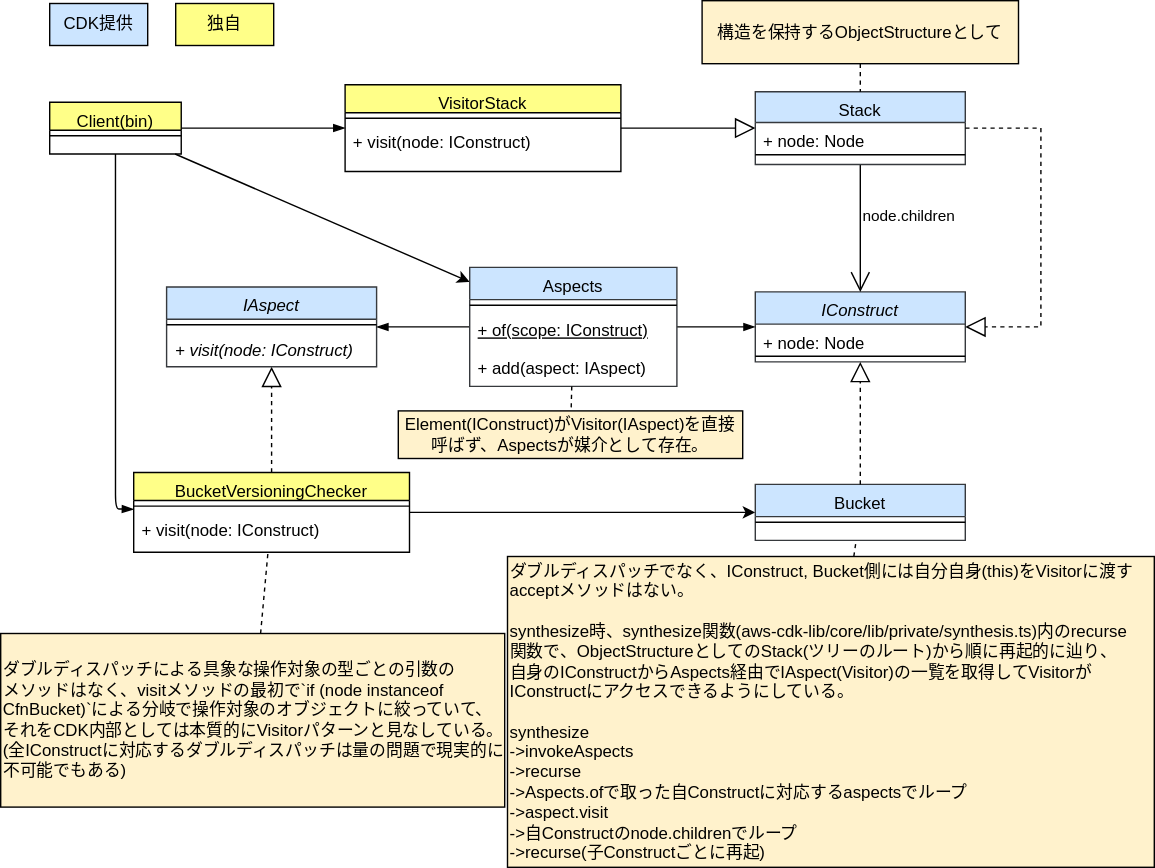
The draw.io diagram ja/drawio/visitor/visitor-cdk-simplified.drawio.svg in go-to-k/cdk-gof-design-pattern, before a commit. Source tidied: cells renumbered, new cells last; positions are measured from the earlier drawing's top-left corner, leaving out a move shared by most shapes.
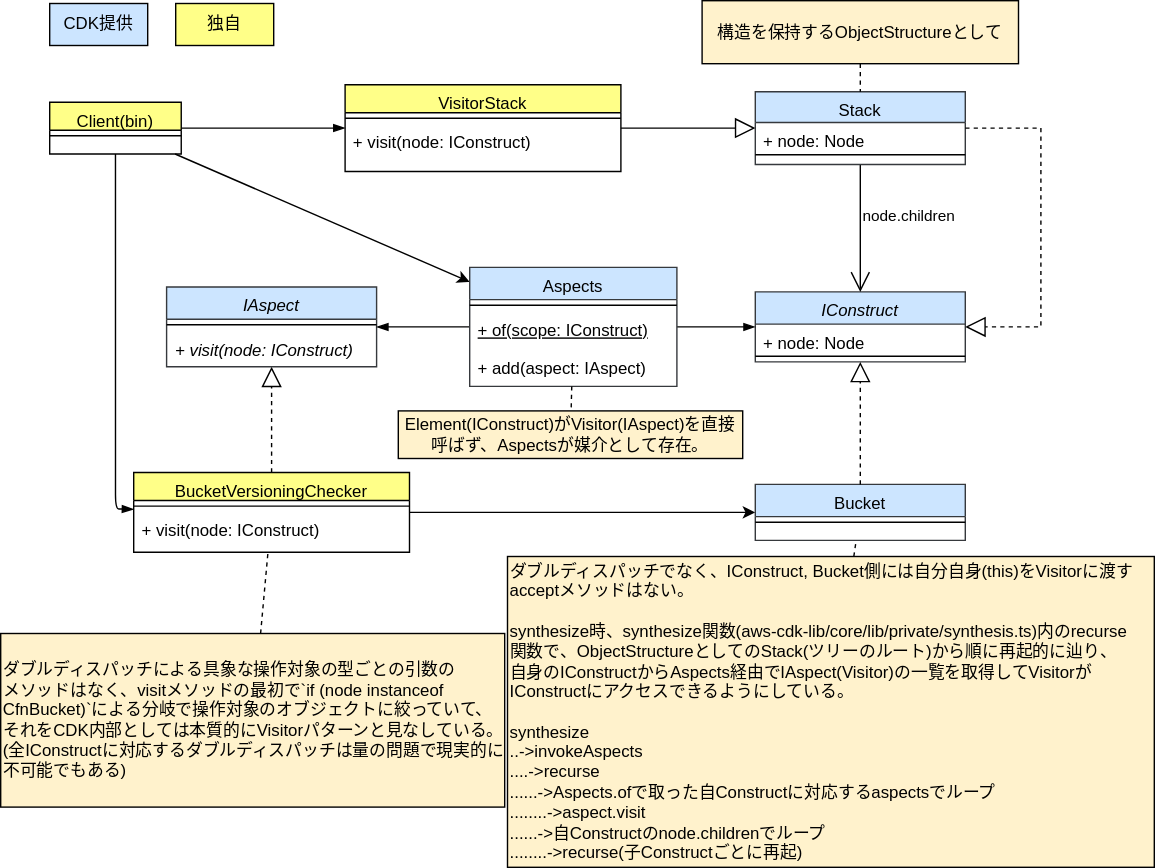
After the change.

Commit message:
update: diagrams comments for visitor pattern

What changed in the source:
```diff
@@ -59,7 +59,7 @@
     <mxCell id="20" style="edgeStyle=none;html=1;dashed=1;strokeColor=#000000;endArrow=none;endFill=0;" parent="1" edge="1" source="21" target="12">
       <mxGeometry relative="1" as="geometry" />
     </mxCell>
-    <mxCell id="21" value="&lt;div&gt;ダブルディスパッチでなく、IConstruct, Bucket側には自分自身(this)をVisitorに渡すacceptメソッドはない。&lt;/div&gt;&lt;div&gt;&lt;/div&gt;&lt;span style=&quot;text-align: center;&quot;&gt;&lt;br&gt;synthesize時、synthesize関数(aws-cdk-lib/core/lib/private/synthesis.ts)内のrecurse&lt;br&gt;関数で、ObjectStructureとしてのStack(ツリーのルート)から順に再起的に辿り、&lt;br&gt;自身のIConstructからAspects経由でIAspect(Visitor)の一覧を取得してVisitorがIConstructにアクセスできるようにしている。&lt;br&gt;&lt;br&gt;&lt;/span&gt;&lt;div&gt;synthesize&lt;/div&gt;&lt;div&gt;&amp;nbsp; -&amp;gt;invokeAspects&lt;/div&gt;&lt;div&gt;&amp;nbsp; &amp;nbsp; -&amp;gt;recurse&lt;/div&gt;&lt;div&gt;&amp;nbsp; &amp;nbsp; &amp;nbsp; -&amp;gt;Aspects.ofで取った自Constructに対応するaspectsでループ&lt;/div&gt;&lt;div&gt;&amp;nbsp; &amp;nbsp; &amp;nbsp; &amp;nbsp; -&amp;gt;aspect.visit&lt;/div&gt;&lt;div&gt;&amp;nbsp; &amp;nbsp; &amp;nbsp; -&amp;gt;自Constructのnode.childrenでループ&lt;/div&gt;&lt;div&gt;&amp;nbsp; &amp;nbsp; &amp;nbsp; &amp;nbsp; -&amp;gt;recurse(子Constructごとに再起)&lt;/div&gt;" style="text;html=1;strokeColor=#000000;fillColor=#fff2cc;align=left;verticalAlign=middle;whiteSpace=wrap;rounded=0;fontColor=#000000;" parent="1" vertex="1">
+    <mxCell id="21" value="&lt;div&gt;ダブルディスパッチでなく、IConstruct, Bucket側には自分自身(this)をVisitorに渡すacceptメソッドはない。&lt;/div&gt;&lt;div&gt;&lt;/div&gt;&lt;span style=&quot;text-align: center;&quot;&gt;&lt;br&gt;synthesize時、synthesize関数(aws-cdk-lib/core/lib/private/synthesis.ts)内のrecurse&lt;br&gt;関数で、ObjectStructureとしてのStack(ツリーのルート)から順に再起的に辿り、&lt;br&gt;自身のIConstructからAspects経由でIAspect(Visitor)の一覧を取得してVisitorがIConstructにアクセスできるようにしている。&lt;br&gt;&lt;br&gt;&lt;/span&gt;&lt;div&gt;synthesize&lt;/div&gt;&lt;div&gt;..-&amp;gt;invokeAspects&lt;/div&gt;&lt;div&gt;....-&amp;gt;recurse&lt;/div&gt;&lt;div&gt;......-&amp;gt;Aspects.ofで取った自Constructに対応するaspectsでループ&lt;/div&gt;&lt;div&gt;........-&amp;gt;aspect.visit&lt;/div&gt;&lt;div&gt;......-&amp;gt;自Constructのnode.childrenでループ&lt;/div&gt;&lt;div&gt;........-&amp;gt;recurse(子Constructごとに再起)&lt;/div&gt;" style="text;html=1;strokeColor=#000000;fillColor=#fff2cc;align=left;verticalAlign=middle;whiteSpace=wrap;rounded=0;fontColor=#000000;" parent="1" vertex="1">
       <mxGeometry x="362" y="397" width="462" height="222" as="geometry" />
     </mxCell>
     <mxCell id="22" value="node.children" style="endArrow=open;html=1;endSize=12;startArrow=none;startSize=14;startFill=0;edgeStyle=orthogonalEdgeStyle;align=left;verticalAlign=bottom;rounded=0;fontColor=#000000;strokeColor=#000000;labelBackgroundColor=none;" parent="1" edge="1" source="23" target="14">
```
